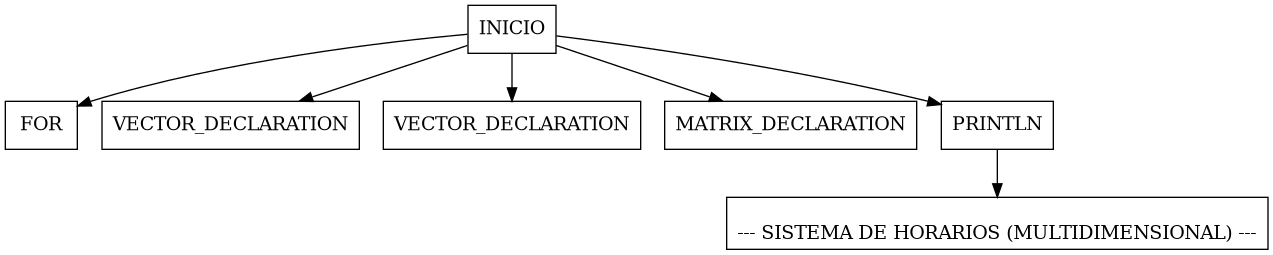
This is reports/ast.png from DiegVas/OLC2_2S_2025_202300638, a Graphviz export, as it was before one commit. Its source is kept beside it as reports/ast.dot.
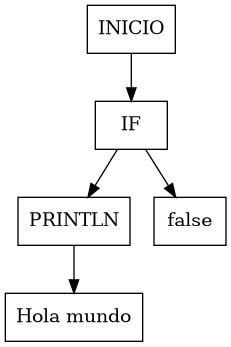
The same file after the commit.

The edit, as a diff of the source:
```diff
@@ -1,16 +1,12 @@
 digraph AST {
 node [shape=box];
 node0 [label="INICIO"];
-node9 [label="FOR"];
-node8 [label="VECTOR_DECLARATION"];
-node6 [label="VECTOR_DECLARATION"];
-node4 [label="MATRIX_DECLARATION"];
-node1 [label="PRINTLN"];
-node2 [label="\n--- SISTEMA DE HORARIOS (MULTIDIMENSIONAL) ---"];
-node0 -> node9;
-node0 -> node8;
-node0 -> node6;
-node0 -> node4;
+node1 [label="IF"];
+node3 [label="PRINTLN"];
+node4 [label="Hola mundo"];
+node2 [label="false"];
 node0 -> node1;
+node1 -> node3;
+node3 -> node4;
 node1 -> node2;
 }
```
